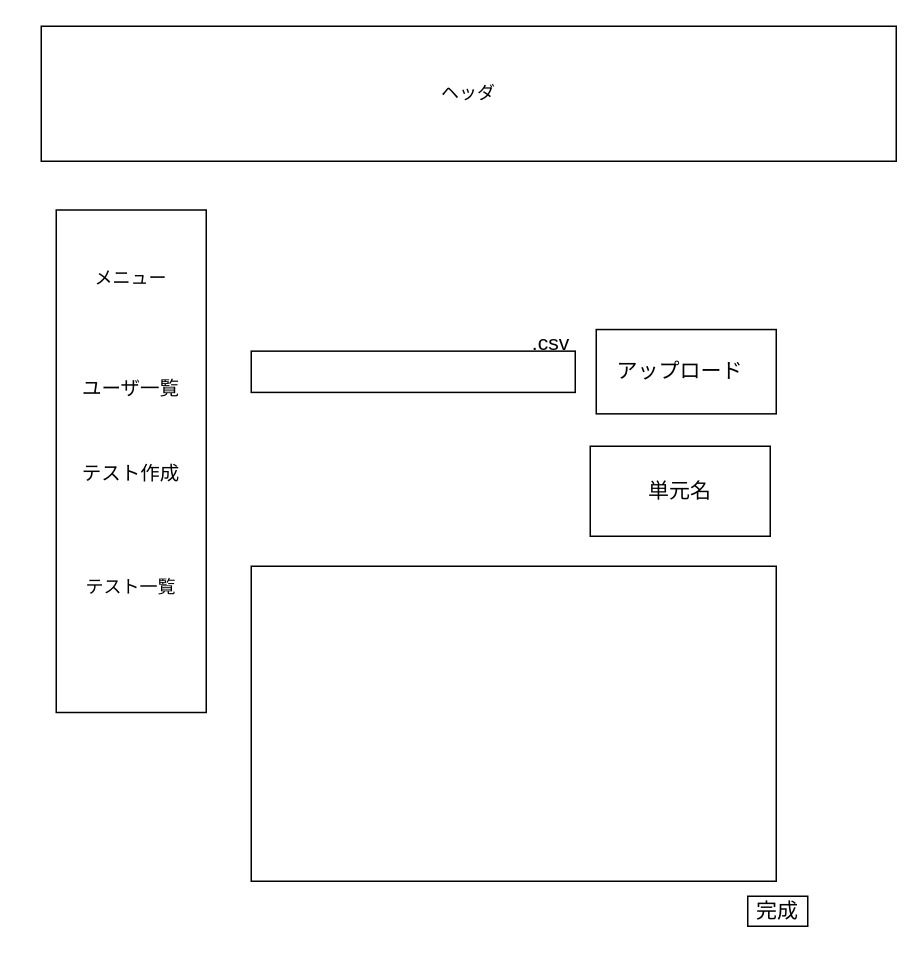
DOJO-2021/A-3 keeps this draw.io diagram as page "7テスト作成" (5 of 7) of 外部設計DRAWIO/managiment1.drawio. Above is the earlier version. Source tidied: cells renumbered, new cells numbered last; positions are measured from the earlier drawing's top-left corner, leaving out a move shared by most shapes. Both pictures are drawn from the tidied source at 150%, with x=0, y=0 at pixel (40, 26).
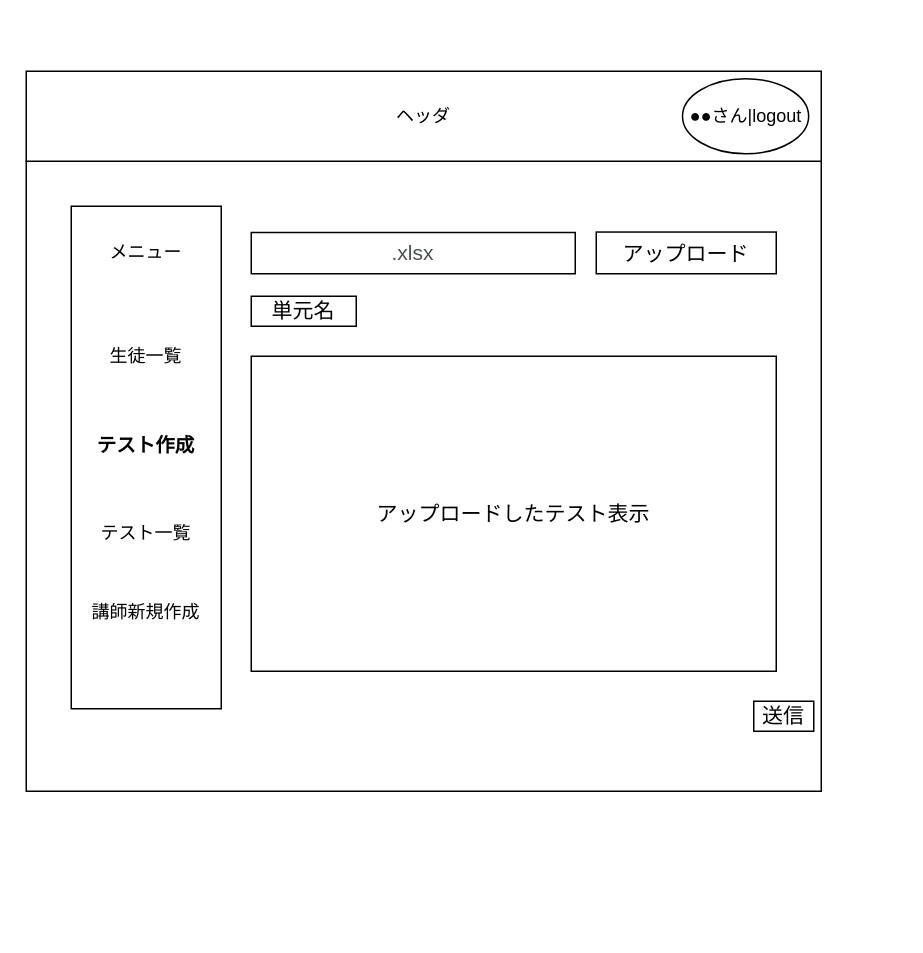
Above is the later version.

Diff of the diagram source:
```diff
@@
 <mxGraphModel>
   <root>
     <mxCell id="0" />
     <mxCell id="1" parent="0" />
+    <mxCell id="15" style="rounded=0;whiteSpace=wrap;html=1;fontSize=12;" parent="1" vertex="1">
+      <mxGeometry x="-10" y="90" width="530" height="420" as="geometry" />
+    </mxCell>
     <mxCell id="2" style="rounded=0;whiteSpace=wrap;html=1;fontSize=8;" parent="1" vertex="1">
-      <mxGeometry x="370" y="202.2" width="120" height="56.2" as="geometry" />
+      <mxGeometry x="370" y="137.2" width="120" height="27.8" as="geometry" />
     </mxCell>
-    <mxCell id="3" value="ヘッダ" style="rounded=0;whiteSpace=wrap;html=1;" parent="1" vertex="1">
-      <mxGeometry width="570" height="90" as="geometry" />
-    </mxCell>
-    <mxCell id="4" style="rounded=0;whiteSpace=wrap;html=1;" parent="1" vertex="1">
-      <mxGeometry x="10" y="122.5" width="100" height="335" as="geometry" />
-    </mxCell>
-    <mxCell id="5" value="&lt;span style=&quot;font-size: 12px;&quot;&gt;&lt;font style=&quot;font-size: 12px;&quot;&gt;メニュー&lt;/font&gt;&lt;/span&gt;" style="text;html=1;strokeColor=none;fillColor=none;align=center;verticalAlign=middle;whiteSpace=wrap;rounded=0;fontStyle=0;fontSize=12;" parent="1" vertex="1">
-      <mxGeometry x="20" y="137.5" width="80" height="60" as="geometry" />
-    </mxCell>
-    <mxCell id="6" value="ユーザ一覧" style="text;html=1;strokeColor=none;fillColor=none;align=center;verticalAlign=middle;whiteSpace=wrap;rounded=0;fontStyle=0;fontSize=13;" parent="1" vertex="1">
-      <mxGeometry x="20" y="212.5" width="80" height="57" as="geometry" />
-    </mxCell>
-    <mxCell id="7" value="テスト一覧" style="text;html=1;strokeColor=none;fillColor=none;align=center;verticalAlign=middle;whiteSpace=wrap;rounded=0;" parent="1" vertex="1">
-      <mxGeometry y="340" width="120" height="67.5" as="geometry" />
-    </mxCell>
-    <mxCell id="8" value="テスト作成" style="text;html=1;strokeColor=none;fillColor=none;align=center;verticalAlign=middle;whiteSpace=wrap;rounded=0;fontStyle=0;fontSize=13;" parent="1" vertex="1">
-      <mxGeometry x="20" y="269.5" width="80" height="57" as="geometry" />
-    </mxCell>
-    <mxCell id="9" style="rounded=0;whiteSpace=wrap;html=1;fontSize=8;" parent="1" vertex="1">
-      <mxGeometry x="140" y="216.6" width="216" height="27.5" as="geometry" />
+    <mxCell id="9" value="&lt;span&gt;&#9;&lt;/span&gt;&lt;span&gt;&#9;&lt;/span&gt;&lt;span&gt;&#9;&lt;/span&gt;&lt;span&gt;&#9;&lt;/span&gt;&lt;span&gt;&#9;&lt;/span&gt;&lt;span&gt;&#9;&lt;/span&gt;&lt;span&gt;&#9;&lt;/span&gt;&lt;span style=&quot;color: rgb(77 , 81 , 86) ; font-family: &amp;#34;arial&amp;#34; , sans-serif ; font-size: 14px ; text-align: left ; background-color: rgb(255 , 255 , 255)&quot;&gt;.xlsx&lt;/span&gt;" style="rounded=0;whiteSpace=wrap;html=1;fontSize=8;" parent="1" vertex="1">
+      <mxGeometry x="140" y="137.5" width="216" height="27.5" as="geometry" />
     </mxCell>
     <mxCell id="10" value="アップロード" style="text;html=1;strokeColor=none;fillColor=none;align=center;verticalAlign=middle;whiteSpace=wrap;rounded=0;fontSize=14;" parent="1" vertex="1">
-      <mxGeometry x="381" y="212.5" width="90" height="35.6" as="geometry" />
+      <mxGeometry x="385" y="137.5" width="90" height="28.1" as="geometry" />
     </mxCell>
-    <mxCell id="11" value="&lt;font style=&quot;font-size: 14px&quot;&gt;.csv&lt;/font&gt;" style="text;html=1;strokeColor=none;fillColor=none;align=center;verticalAlign=middle;whiteSpace=wrap;rounded=0;fontSize=8;" parent="1" vertex="1">
-      <mxGeometry x="310" y="190" width="60" height="41.9" as="geometry" />
-    </mxCell>
-    <mxCell id="12" style="rounded=0;whiteSpace=wrap;html=1;fontSize=14;" parent="1" vertex="1">
-      <mxGeometry x="140" y="360" width="350" height="210" as="geometry" />
+    <mxCell id="12" value="アップロードしたテスト表示" style="rounded=0;whiteSpace=wrap;html=1;fontSize=14;" parent="1" vertex="1">
+      <mxGeometry x="140" y="220" width="350" height="210" as="geometry" />
     </mxCell>
-    <mxCell id="13" value="完成" style="rounded=0;whiteSpace=wrap;html=1;fontSize=14;" parent="1" vertex="1">
-      <mxGeometry x="471" y="580" width="40" height="20" as="geometry" />
+    <mxCell id="13" value="送信" style="rounded=0;whiteSpace=wrap;html=1;fontSize=14;" parent="1" vertex="1">
+      <mxGeometry x="475" y="450" width="40" height="20" as="geometry" />
     </mxCell>
     <mxCell id="14" value="単元名" style="rounded=0;whiteSpace=wrap;html=1;fontSize=14;" parent="1" vertex="1">
-      <mxGeometry x="366" y="280" width="120" height="60" as="geometry" />
+      <mxGeometry x="140" y="180" width="70" height="20" as="geometry" />
     </mxCell>
+    <mxCell id="16" style="group;" parent="1" vertex="1">
+      <mxGeometry x="-10" y="30" width="530" height="60" as="geometry" />
+    </mxCell>
+    <mxCell id="3" value="ヘッダ" style="rounded=0;whiteSpace=wrap;html=1;" parent="16" vertex="1">
+      <mxGeometry width="530" height="60" as="geometry" />
+    </mxCell>
+    <mxCell id="17" value="●●さん|logout" style="ellipse;whiteSpace=wrap;html=1;fontSize=12;" parent="16" vertex="1">
+      <mxGeometry x="437.5" y="5" width="84.1" height="50" as="geometry" />
+    </mxCell>
+    <mxCell id="18" style="group;" parent="1" vertex="1">
+      <mxGeometry x="10" y="120" width="120" height="335" as="geometry" />
+    </mxCell>
+    <mxCell id="19" style="rounded=0;whiteSpace=wrap;html=1;" parent="18" vertex="1">
+      <mxGeometry x="10" width="100" height="335" as="geometry" />
+    </mxCell>
+    <mxCell id="5" value="&lt;span style=&quot;font-size: 12px;&quot;&gt;&lt;font style=&quot;font-size: 12px;&quot;&gt;メニュー&lt;/font&gt;&lt;/span&gt;" style="text;html=1;strokeColor=none;fillColor=none;align=center;verticalAlign=middle;whiteSpace=wrap;rounded=0;fontStyle=0;fontSize=12;" parent="18" vertex="1">
+      <mxGeometry x="20" y="1.2" width="80" height="60" as="geometry" />
+    </mxCell>
+    <mxCell id="20" value="生徒一覧" style="text;html=1;strokeColor=none;fillColor=none;align=center;verticalAlign=middle;whiteSpace=wrap;rounded=0;fontStyle=0;fontSize=12;" parent="18" vertex="1">
+      <mxGeometry x="20" y="71.8" width="80" height="57" as="geometry" />
+    </mxCell>
+    <mxCell id="8" value="&lt;span style=&quot;font-size: 13px&quot;&gt;テスト作成&lt;/span&gt;" style="text;html=1;strokeColor=none;fillColor=none;align=center;verticalAlign=middle;whiteSpace=wrap;rounded=0;fontStyle=1;" parent="18" vertex="1">
+      <mxGeometry y="125.5" width="120" height="67.5" as="geometry" />
+    </mxCell>
+    <mxCell id="7" value="テスト一覧" style="text;html=1;strokeColor=none;fillColor=none;align=center;verticalAlign=middle;whiteSpace=wrap;rounded=0;" parent="18" vertex="1">
+      <mxGeometry y="183.8" width="120" height="67.5" as="geometry" />
+    </mxCell>
+    <mxCell id="21" value="講師新規作成" style="text;html=1;strokeColor=none;fillColor=none;align=center;verticalAlign=middle;whiteSpace=wrap;rounded=0;" parent="18" vertex="1">
+      <mxGeometry y="237.5" width="120" height="67.5" as="geometry" />
+    </mxCell>
   </root>
 </mxGraphModel>
```
